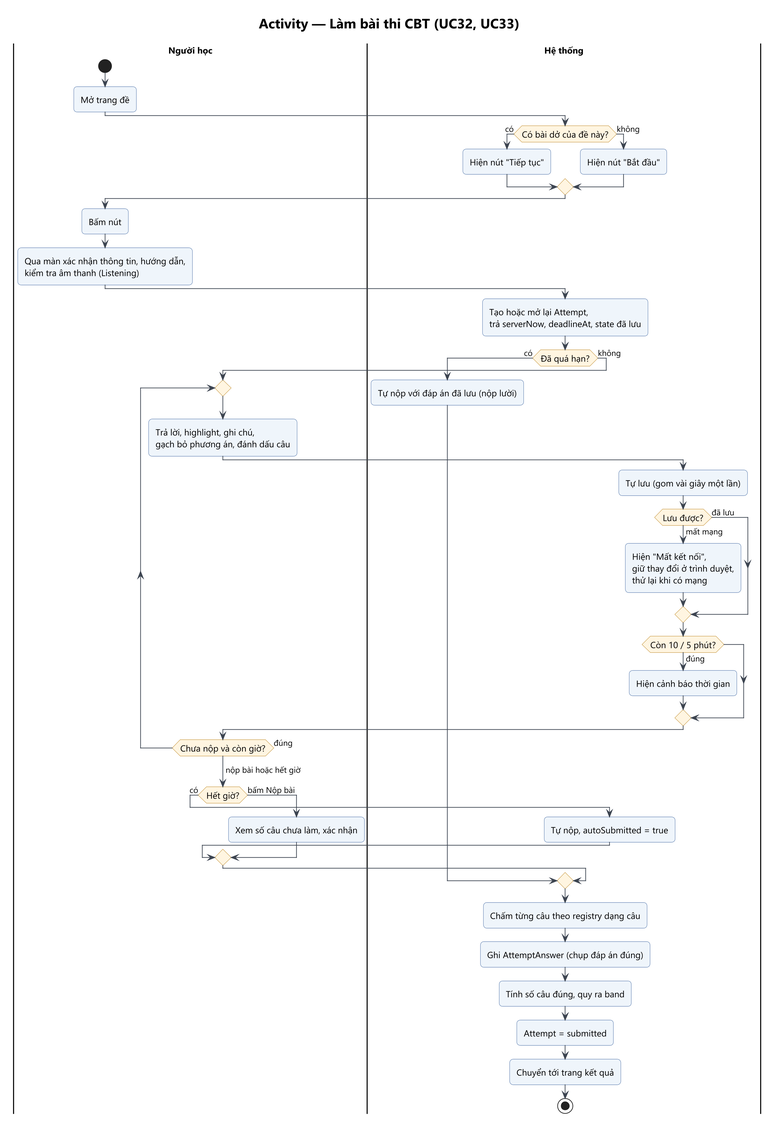
Before: Analysis_Design/03_Activity/act-06-lam-bai-thi.png, a diagram exported from PlantUML (Ac-2836/WebDev-FinalProject-LinMaster).
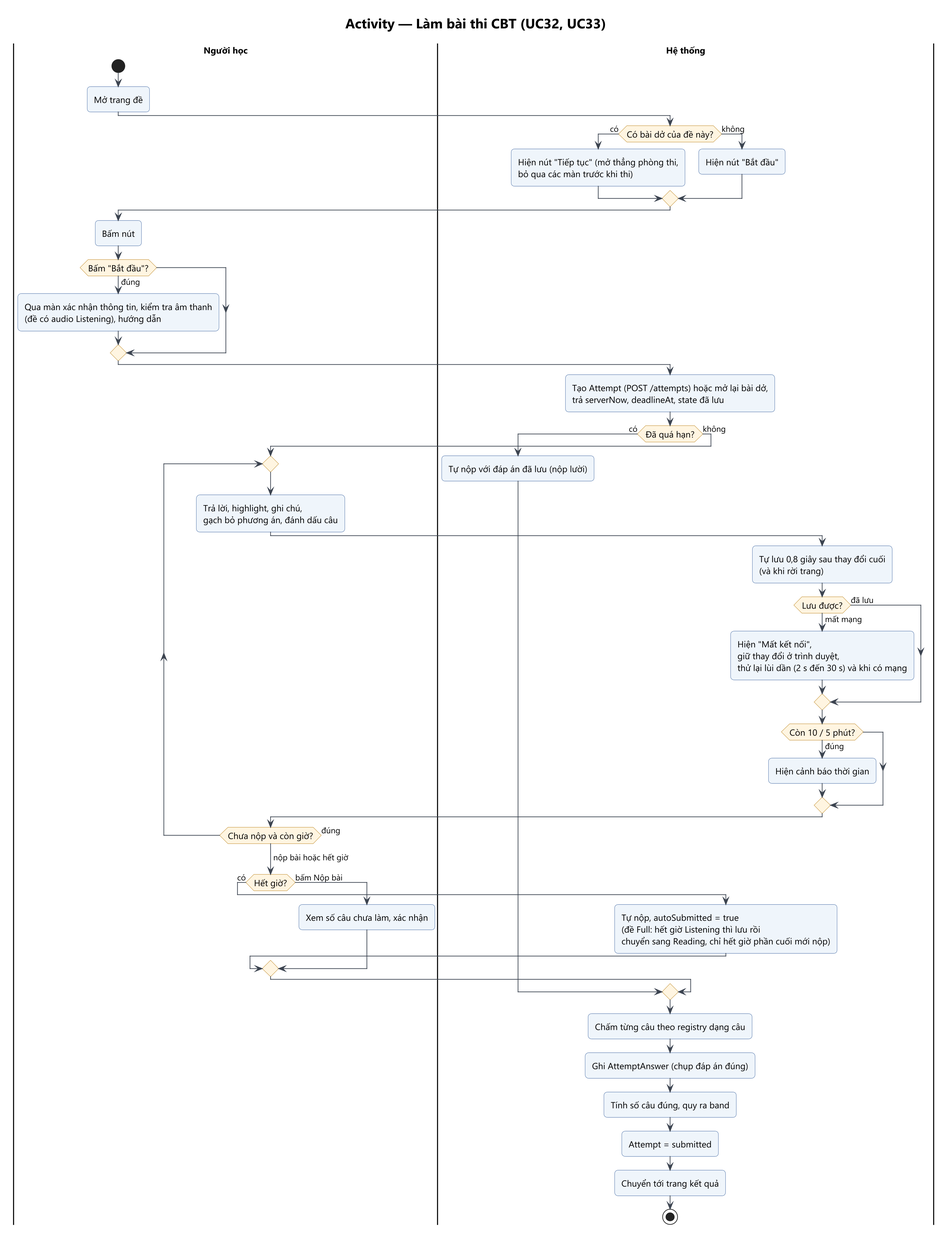
Later version of the same file.

The edit, as a diff of the source:
```diff
@@ -6,16 +6,19 @@
 :Mở trang đề;
 |Hệ thống|
 if (Có bài dở của đề này?) then (có)
-  :Hiện nút "Tiếp tục";
+  :Hiện nút "Tiếp tục" (mở thẳng phòng thi,
+  bỏ qua các màn trước khi thi);
 else (không)
   :Hiện nút "Bắt đầu";
 endif
 |Người học|
 :Bấm nút;
-:Qua màn xác nhận thông tin, hướng dẫn,
-kiểm tra âm thanh (Listening);
+if (Bấm "Bắt đầu"?) then (đúng)
+  :Qua màn xác nhận thông tin, kiểm tra âm thanh
+  (đề có audio Listening), hướng dẫn;
+endif
 |Hệ thống|
-:Tạo hoặc mở lại Attempt,
+:Tạo Attempt (POST /attempts) hoặc mở lại bài dở,
 trả serverNow, deadlineAt, state đã lưu;
 if (Đã quá hạn?) then (có)
   :Tự nộp với đáp án đã lưu (nộp lười);
@@ -25,11 +28,12 @@
     :Trả lời, highlight, ghi chú,
     gạch bỏ phương án, đánh dấu câu;
     |Hệ thống|
-    :Tự lưu (gom vài giây một lần);
+    :Tự lưu 0,8 giây sau thay đổi cuối
+(và khi rời trang);
     if (Lưu được?) then (mất mạng)
       :Hiện "Mất kết nối",
       giữ thay đổi ở trình duyệt,
-      thử lại khi có mạng;
+      thử lại lùi dần (2 s đến 30 s) và khi có mạng;
     else (đã lưu)
     endif
     if (Còn 10 / 5 phút?) then (đúng)
@@ -40,7 +44,9 @@
   ->nộp bài hoặc hết giờ;
   if (Hết giờ?) then (có)
     |Hệ thống|
-    :Tự nộp, autoSubmitted = true;
+    :Tự nộp, autoSubmitted = true
+    (đề Full: hết giờ Listening thì lưu rồi
+    chuyển sang Reading, chỉ hết giờ phần cuối mới nộp);
   else (bấm Nộp bài)
     |Người học|
     :Xem số câu chưa làm, xác nhận;
```
